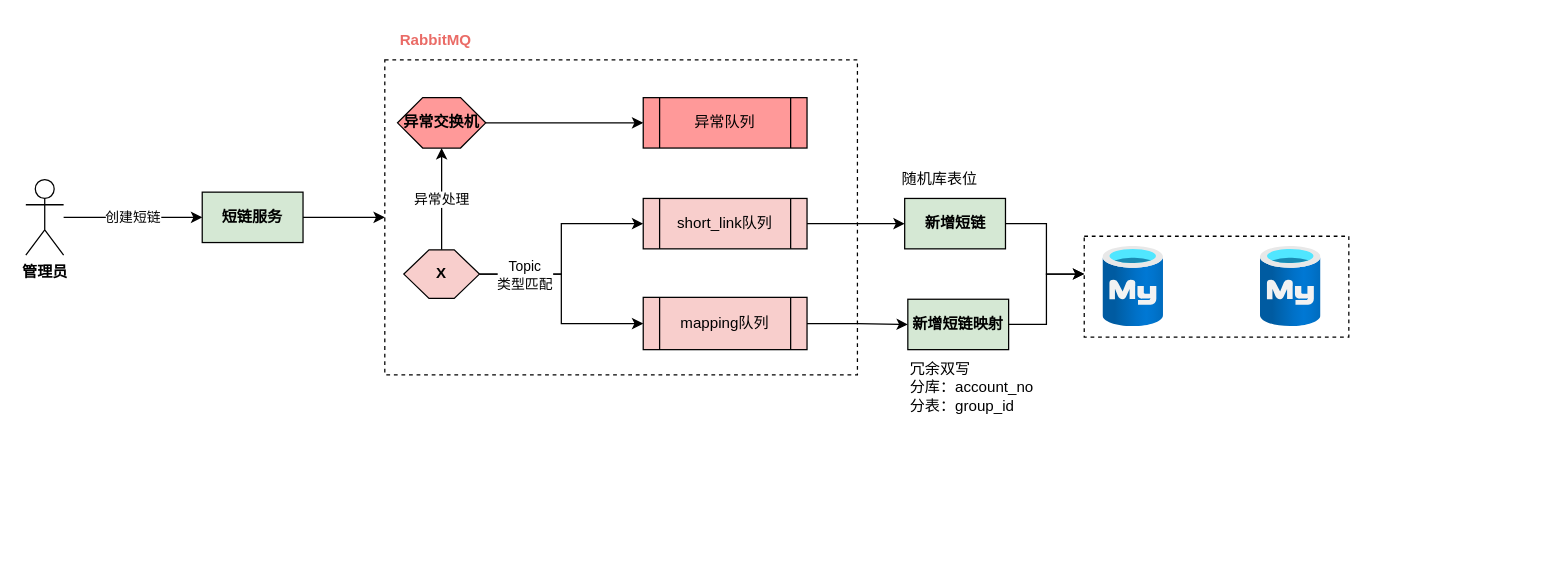
Earlier version of the draw.io diagram Draw/dcloud-link.drawio (RainbowJier/Short_Chain). Source tidied: cells renumbered, new cells numbered last; positions are measured from the earlier drawing's top-left corner, leaving out a move shared by most shapes. Both pictures are drawn from the tidied source at 126%, with x=0, y=0 at pixel (25, 21).
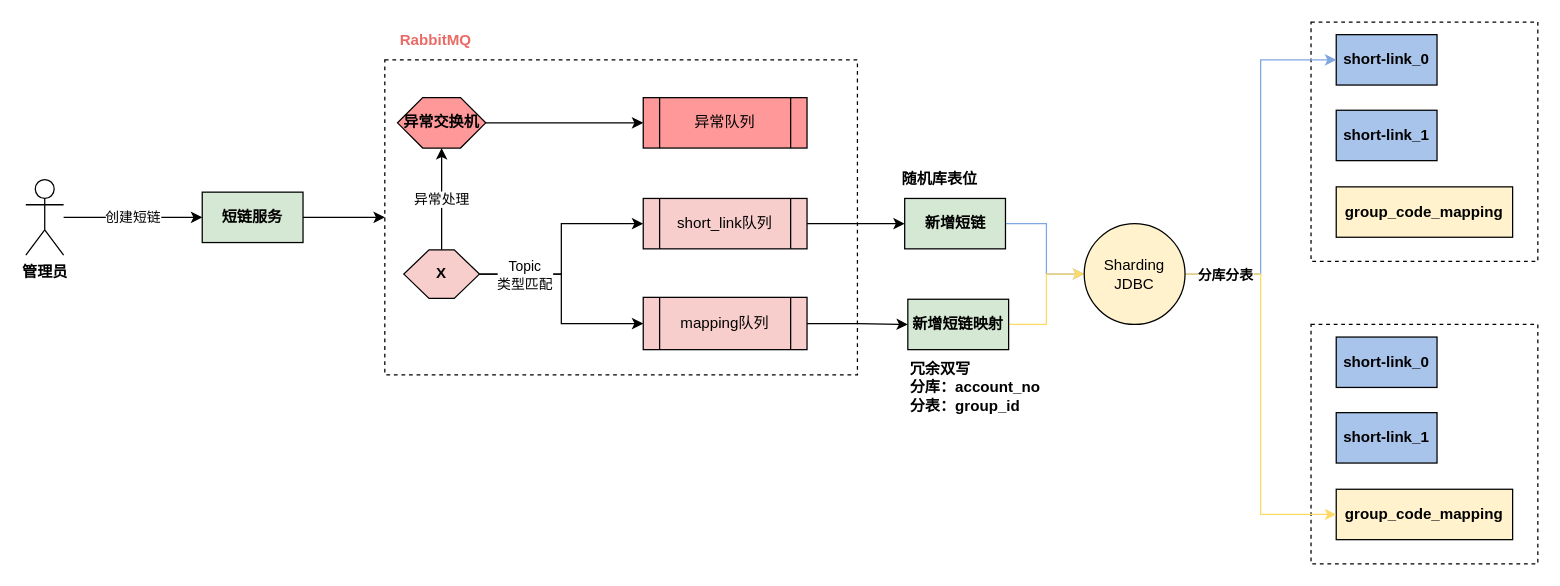
Above is the later version.

Unchanged cells that the change refers to:
```xml
<mxCell id="21" value="新增短链" style="rounded=0;whiteSpace=wrap;html=1;fillColor=#D5E8D4;fontStyle=1;" parent="1" vertex="1">
  <mxGeometry x="697.5" y="140" width="80" height="40" as="geometry" />
</mxCell>
<mxCell id="23" value="新增短链映射" style="rounded=0;whiteSpace=wrap;html=1;fillColor=#D5E8D4;fontStyle=1;" parent="1" vertex="1">
  <mxGeometry x="700" y="220" width="80" height="40" as="geometry" />
</mxCell>
```

Change to the diagram source:
```diff
@@
-    <mxCell id="20" style="edgeStyle=orthogonalEdgeStyle;rounded=0;jettySize=auto;html=1;" parent="1" edge="1" source="21" target="27">
-      <mxGeometry relative="1" as="geometry">
-        <Array as="points">
-          <mxPoint x="810" y="160" />
-          <mxPoint x="810" y="200" />
-        </Array>
-      </mxGeometry>
-    </mxCell>
+    <mxCell id="30" style="edgeStyle=orthogonalEdgeStyle;rounded=0;jettySize=auto;html=1;strokeColor=#7EA6E0;fontStyle=1;" parent="1" edge="1" source="21" target="45">
+      <mxGeometry relative="1" as="geometry">
+        <Array as="points">
+          <mxPoint x="810" y="160" />
+          <mxPoint x="810" y="200" />
+        </Array>
+      </mxGeometry>
+    </mxCell>
@@
-    <mxCell id="22" style="edgeStyle=orthogonalEdgeStyle;rounded=0;jettySize=auto;html=1;" parent="1" edge="1" source="23" target="27">
-      <mxGeometry relative="1" as="geometry">
-        <Array as="points">
-          <mxPoint x="810" y="240" />
-          <mxPoint x="810" y="200" />
-        </Array>
-      </mxGeometry>
-    </mxCell>
+    <mxCell id="31" style="edgeStyle=orthogonalEdgeStyle;rounded=0;jettySize=auto;html=1;strokeColor=#FFD966;" parent="1" edge="1" source="23" target="45">
+      <mxGeometry relative="1" as="geometry" />
+    </mxCell>
@@
-    <mxCell id="24" value="冗余双写&lt;br&gt;分库：account_no&lt;br&gt;分表：group_id" style="text;html=1;align=left;verticalAlign=middle;strokeColor=none;fillColor=none;" parent="1" vertex="1">
+    <mxCell id="24" value="冗余双写&lt;br&gt;分库：account_no&lt;br&gt;分表：group_id" style="text;html=1;align=left;verticalAlign=middle;strokeColor=none;fillColor=none;fontStyle=1;" parent="1" vertex="1">
       <mxGeometry x="700" y="260" width="120" height="60" as="geometry" />
     </mxCell>
-    <mxCell id="25" value="随机库表位" style="text;html=1;align=center;verticalAlign=middle;strokeColor=none;fillColor=none;" parent="1" vertex="1">
+    <mxCell id="25" value="随机库表位" style="text;html=1;align=center;verticalAlign=middle;strokeColor=none;fillColor=none;fontStyle=1;" parent="1" vertex="1">
       <mxGeometry x="685" y="110" width="80" height="30" as="geometry" />
     </mxCell>
-    <mxCell id="26" style="group;" parent="1" vertex="1">
-      <mxGeometry x="840" y="170" width="210" height="80" as="geometry" />
-    </mxCell>
-    <mxCell id="27" style="rounded=0;whiteSpace=wrap;html=1;fillColor=none;dashed=1;" parent="26" vertex="1">
-      <mxGeometry width="210" height="80" as="geometry" />
-    </mxCell>
-    <mxCell id="28" style="image;html=1;align=center;fontSize=12;image=img/lib/azure2/databases/Azure_Database_MySQL_Server.svg;" parent="26" vertex="1">
-      <mxGeometry x="15" y="8" width="48" height="64" as="geometry" />
-    </mxCell>
-    <mxCell id="29" style="image;html=1;align=center;fontSize=12;image=img/lib/azure2/databases/Azure_Database_MySQL_Server.svg;" parent="26" vertex="1">
-      <mxGeometry x="140" y="8" width="48" height="64" as="geometry" />
-    </mxCell>
+    <mxCell id="32" style="group;" parent="1" vertex="1">
+      <mxGeometry x="1020" width="180" height="190" as="geometry" />
+    </mxCell>
+    <mxCell id="33" style="rounded=0;whiteSpace=wrap;html=1;dashed=1;fillColor=none;" parent="32" vertex="1">
+      <mxGeometry width="180" height="190" as="geometry" />
+    </mxCell>
+    <mxCell id="34" value="short-link_0" style="rounded=0;whiteSpace=wrap;html=1;fillColor=#A9C4EB;fontStyle=1;" parent="32" vertex="1">
+      <mxGeometry x="20" y="10" width="80" height="40" as="geometry" />
+    </mxCell>
+    <mxCell id="35" value="short-link_1" style="rounded=0;whiteSpace=wrap;html=1;fillColor=#A9C4EB;fontStyle=1;" parent="32" vertex="1">
+      <mxGeometry x="20" y="70" width="80" height="40" as="geometry" />
+    </mxCell>
+    <mxCell id="36" value="group_code_mapping" style="rounded=0;whiteSpace=wrap;html=1;fillColor=#FFF2CC;fontStyle=1;" parent="32" vertex="1">
+      <mxGeometry x="20" y="130.8" width="140" height="40" as="geometry" />
+    </mxCell>
+    <mxCell id="37" style="group;" parent="1" vertex="1">
+      <mxGeometry x="1020" y="240" width="180" height="190" as="geometry" />
+    </mxCell>
+    <mxCell id="38" style="rounded=0;whiteSpace=wrap;html=1;dashed=1;fillColor=none;" parent="37" vertex="1">
+      <mxGeometry width="180" height="190" as="geometry" />
+    </mxCell>
+    <mxCell id="39" value="short-link_0" style="rounded=0;whiteSpace=wrap;html=1;fillColor=#A9C4EB;fontStyle=1;" parent="37" vertex="1">
+      <mxGeometry x="20" y="10" width="80" height="40" as="geometry" />
+    </mxCell>
+    <mxCell id="40" value="short-link_1" style="rounded=0;whiteSpace=wrap;html=1;fillColor=#A9C4EB;fontStyle=1;" parent="37" vertex="1">
+      <mxGeometry x="20" y="70" width="80" height="40" as="geometry" />
+    </mxCell>
+    <mxCell id="41" value="group_code_mapping" style="rounded=0;whiteSpace=wrap;html=1;fillColor=#FFF2CC;fontStyle=1;" parent="37" vertex="1">
+      <mxGeometry x="20" y="130.8" width="140" height="40" as="geometry" />
+    </mxCell>
+    <mxCell id="42" style="edgeStyle=orthogonalEdgeStyle;rounded=0;jettySize=auto;html=1;entryX=0;entryY=0.5;entryDx=0;entryDy=0;strokeColor=#7EA6E0;" parent="1" edge="1" source="45" target="34">
+      <mxGeometry relative="1" as="geometry" />
+    </mxCell>
+    <mxCell id="43" style="edgeStyle=orthogonalEdgeStyle;rounded=0;jettySize=auto;html=1;entryX=0;entryY=0.5;entryDx=0;entryDy=0;strokeColor=#FFD966;" parent="1" edge="1" source="45" target="41">
+      <mxGeometry relative="1" as="geometry" />
+    </mxCell>
+    <mxCell id="44" value="分库分表" style="edgeLabel;html=1;align=center;verticalAlign=middle;fontStyle=1;" parent="43" vertex="1">
+      <mxGeometry x="-0.84" relative="1" as="geometry">
+        <mxPoint x="6" as="offset" />
+      </mxGeometry>
+    </mxCell>
+    <mxCell id="45" value="Sharding JDBC" style="ellipse;whiteSpace=wrap;html=1;fillColor=#FFF2CC;" parent="1" vertex="1">
+      <mxGeometry x="840" y="160" width="80" height="80" as="geometry" />
+    </mxCell>
```
